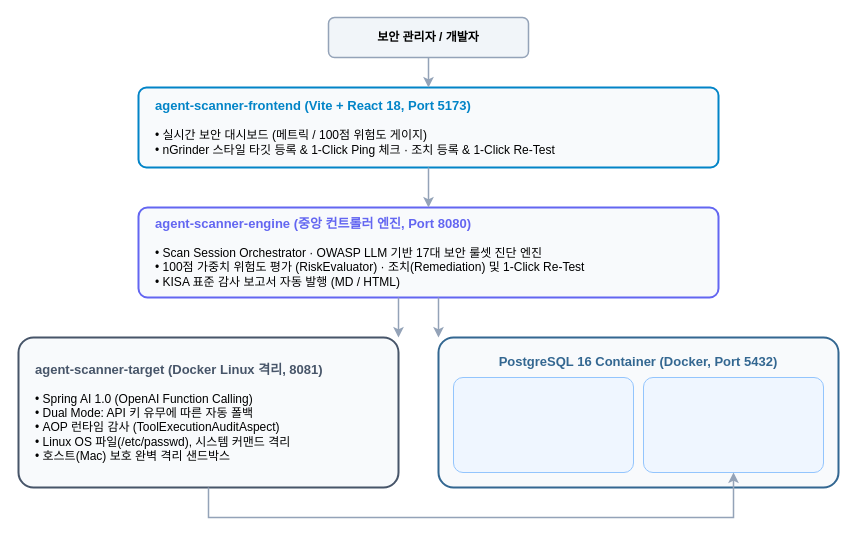
Before: docs/images/system-topology.drawio in yht0827/agent-scanner, a draw.io diagram. Source tidied: cells renumbered, new cells numbered last; positions are measured from the earlier drawing's top-left corner, leaving out a move shared by most shapes. Both pictures are drawn from the tidied source at 100%, with x=0, y=0 at pixel (18, 17).
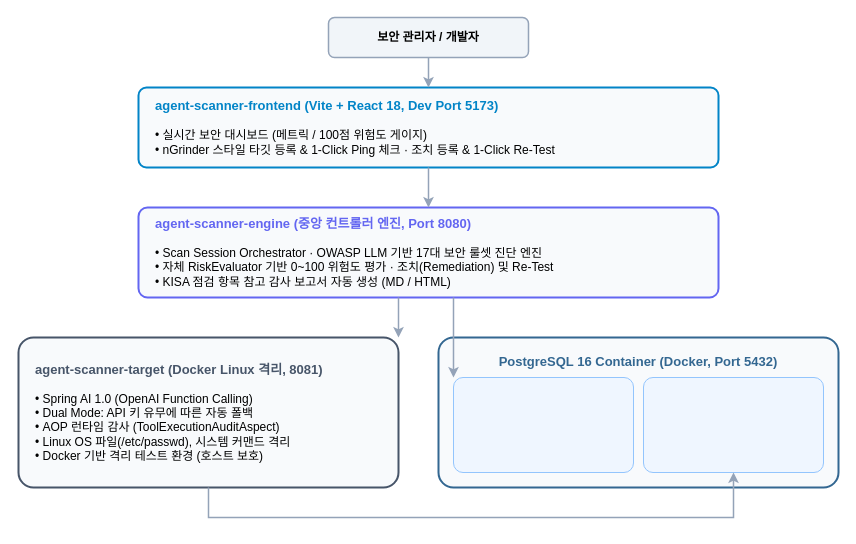
Above is the later version.

Commit message (it also covers changes not shown here):
docs: Section 3 아키텍처 방어적 문서화 반영(독립 서비스/자체 RiskEvaluator 0~100/Docker 격리 환경/SQL Injection 명확화)

Diff of the diagram source:
```diff
@@
 <mxGraphModel>
   <root>
     <mxCell id="0" />
     <mxCell id="1" parent="0" />
     <mxCell id="2" value="&lt;b&gt;보안 관리자 / 개발자&lt;/b&gt;" style="rounded=1;whiteSpace=wrap;html=1;fillColor=#F1F5F9;strokeColor=#94A3B8;strokeWidth=1.5;arcSize=15;" parent="1" vertex="1">
       <mxGeometry x="310" width="200" height="40" as="geometry" />
     </mxCell>
-    <mxCell id="3" value="&lt;b style=&quot;font-size:13px; color:#0284C7;&quot;&gt;agent-scanner-frontend (Vite + React 18, Port 5173)&lt;/b&gt;&lt;br&gt;&lt;br&gt;• 실시간 보안 대시보드 (메트릭 / 100점 위험도 게이지)&lt;br&gt;• nGrinder 스타일 타깃 등록 &amp; 1-Click Ping 체크 · 조치 등록 &amp; 1-Click Re-Test" style="rounded=1;whiteSpace=wrap;html=1;fillColor=#F8FAFC;strokeColor=#0284C7;strokeWidth=2;arcSize=10;align=left;spacingLeft=15;" parent="1" vertex="1">
+    <mxCell id="3" value="&lt;b style=&quot;font-size:13px; color:#0284C7;&quot;&gt;agent-scanner-frontend (Vite + React 18, Dev Port 5173)&lt;/b&gt;&lt;br&gt;&lt;br&gt;• 실시간 보안 대시보드 (메트릭 / 100점 위험도 게이지)&lt;br&gt;• nGrinder 스타일 타깃 등록 &amp; 1-Click Ping 체크 · 조치 등록 &amp; 1-Click Re-Test" style="rounded=1;whiteSpace=wrap;html=1;fillColor=#F8FAFC;strokeColor=#0284C7;strokeWidth=2;arcSize=10;align=left;spacingLeft=15;" parent="1" vertex="1">
       <mxGeometry x="120" y="70" width="580" height="80" as="geometry" />
     </mxCell>
     <mxCell id="4" style="edgeStyle=orthogonalEdgeStyle;rounded=0;jettySize=auto;html=1;strokeWidth=1.5;strokeColor=#94A3B8;" parent="1" edge="1" source="2" target="3">
       <mxGeometry relative="1" as="geometry" />
     </mxCell>
-    <mxCell id="5" value="&lt;b style=&quot;font-size:13px; color:#6366F1;&quot;&gt;agent-scanner-engine (중앙 컨트롤러 엔진, Port 8080)&lt;/b&gt;&lt;br&gt;&lt;br&gt;• Scan Session Orchestrator · OWASP LLM 기반 17대 보안 룰셋 진단 엔진&lt;br&gt;• 100점 가중치 위험도 평가 (RiskEvaluator) · 조치(Remediation) 및 1-Click Re-Test&lt;br&gt;• KISA 표준 감사 보고서 자동 발행 (MD / HTML)" style="rounded=1;whiteSpace=wrap;html=1;fillColor=#F8FAFC;strokeColor=#6366F1;strokeWidth=2;arcSize=10;align=left;spacingLeft=15;" parent="1" vertex="1">
+    <mxCell id="5" value="&lt;b style=&quot;font-size:13px; color:#6366F1;&quot;&gt;agent-scanner-engine (중앙 컨트롤러 엔진, Port 8080)&lt;/b&gt;&lt;br&gt;&lt;br&gt;• Scan Session Orchestrator · OWASP LLM 기반 17대 보안 룰셋 진단 엔진&lt;br&gt;• 자체 RiskEvaluator 기반 0~100 위험도 평가 · 조치(Remediation) 및 Re-Test&lt;br&gt;• KISA 점검 항목 참고 감사 보고서 자동 생성 (MD / HTML)" style="rounded=1;whiteSpace=wrap;html=1;fillColor=#F8FAFC;strokeColor=#6366F1;strokeWidth=2;arcSize=10;align=left;spacingLeft=15;" parent="1" vertex="1">
       <mxGeometry x="120" y="190" width="580" height="90" as="geometry" />
     </mxCell>
     <mxCell id="6" value="HTTP / REST API" style="edgeStyle=orthogonalEdgeStyle;rounded=0;jettySize=auto;html=1;strokeWidth=1.5;strokeColor=#94A3B8;fontColor=#64748B;fontSize=11px;" parent="1" edge="1" source="3" target="5">
       <mxGeometry relative="1" as="geometry" />
     </mxCell>
-    <mxCell id="7" value="&lt;b style=&quot;font-size:13px; color:#475569;&quot;&gt;agent-scanner-target (Docker Linux 격리, 8081)&lt;/b&gt;&lt;br&gt;&lt;br&gt;• Spring AI 1.0 (OpenAI Function Calling)&lt;br&gt;• Dual Mode: API 키 유무에 따른 자동 폴백&lt;br&gt;• AOP 런타임 감사 (ToolExecutionAuditAspect)&lt;br&gt;• Linux OS 파일(/etc/passwd), 시스템 커맨드 격리&lt;br&gt;• 호스트(Mac) 보호 완벽 격리 샌드박스" style="rounded=1;whiteSpace=wrap;html=1;fillColor=#F8FAFC;strokeColor=#475569;strokeWidth=2;arcSize=10;align=left;spacingLeft=15;" parent="1" vertex="1">
+    <mxCell id="7" value="&lt;b style=&quot;font-size:13px; color:#475569;&quot;&gt;agent-scanner-target (Docker Linux 격리, 8081)&lt;/b&gt;&lt;br&gt;&lt;br&gt;• Spring AI 1.0 (OpenAI Function Calling)&lt;br&gt;• Dual Mode: API 키 유무에 따른 자동 폴백&lt;br&gt;• AOP 런타임 감사 (ToolExecutionAuditAspect)&lt;br&gt;• Linux OS 파일(/etc/passwd), 시스템 커맨드 격리&lt;br&gt;• Docker 기반 격리 테스트 환경 (호스트 보호)" style="rounded=1;whiteSpace=wrap;html=1;fillColor=#F8FAFC;strokeColor=#475569;strokeWidth=2;arcSize=10;align=left;spacingLeft=15;" parent="1" vertex="1">
       <mxGeometry y="320" width="380" height="150" as="geometry" />
     </mxCell>
     <mxCell id="8" value="&lt;b style=&quot;font-size:13px; color:#336791;&quot;&gt;PostgreSQL 16 Container (Docker, Port 5432)&lt;/b&gt;" style="rounded=1;whiteSpace=wrap;html=1;fillColor=#F8FAFC;strokeColor=#336791;strokeWidth=2;arcSize=10;align=center;verticalAlign=top;spacingTop=10;" parent="1" vertex="1">
       <mxGeometry x="420" y="320" width="400" height="150" as="geometry" />
     </mxCell>
     <mxCell id="9" value="&lt;b style=&quot;color:#1E40AF;&quot;&gt;DB 1: scannerdb&lt;/b&gt;&lt;br&gt;&lt;br&gt;• 카탈로그/룰셋 시딩&lt;br&gt;• 스캔 세션 및 실행결과&lt;br&gt;• Finding &amp; 조치 이력&lt;br&gt;• 리포트 &amp; 타깃 관리" style="rounded=1;whiteSpace=wrap;html=1;fillColor=#EFF6FF;strokeColor=#93C5FD;arcSize=10;align=left;spacingLeft=10;fontSize=11px;" parent="1" vertex="1">
       <mxGeometry x="435" y="360" width="180" height="95" as="geometry" />
     </mxCell>
     <mxCell id="10" value="&lt;b style=&quot;color:#1E40AF;&quot;&gt;DB 2: targetdb&lt;/b&gt;&lt;br&gt;&lt;br&gt;• 엔터프라이즈 고객 DB&lt;br&gt;• RAG 지식베이스&lt;br&gt;  (대외비 회의록, 급여)&lt;br&gt;• 실전 모의 침투 대상" style="rounded=1;whiteSpace=wrap;html=1;fillColor=#EFF6FF;strokeColor=#93C5FD;arcSize=10;align=left;spacingLeft=10;fontSize=11px;" parent="1" vertex="1">
       <mxGeometry x="625" y="360" width="180" height="95" as="geometry" />
     </mxCell>
     <mxCell id="11" value="원격 점검 HTTP (8081)" style="edgeStyle=orthogonalEdgeStyle;rounded=0;jettySize=auto;html=1;strokeWidth=1.5;strokeColor=#94A3B8;fontColor=#64748B;fontSize=11px;" parent="1" edge="1" source="5" target="7">
       <mxGeometry relative="1" as="geometry">
         <Array as="points">
           <mxPoint x="260" y="280" />
           <mxPoint x="190" y="280" />
         </Array>
       </mxGeometry>
     </mxCell>
-    <mxCell id="12" value="JPA / JDBC (5432)" style="edgeStyle=orthogonalEdgeStyle;rounded=0;jettySize=auto;html=1;strokeWidth=1.5;strokeColor=#94A3B8;fontColor=#64748B;fontSize=11px;" parent="1" edge="1" source="5" target="8">
+    <mxCell id="12" value="JPA / JDBC (scannerdb)" style="edgeStyle=orthogonalEdgeStyle;rounded=0;jettySize=auto;html=1;strokeWidth=1.5;strokeColor=#94A3B8;fontColor=#64748B;fontSize=11px;" parent="1" edge="1" source="5" target="9">
       <mxGeometry relative="1" as="geometry">
         <Array as="points">
           <mxPoint x="560" y="280" />
-          <mxPoint x="620" y="280" />
+          <mxPoint x="525" y="280" />
         </Array>
       </mxGeometry>
     </mxCell>
-    <mxCell id="13" value="JDBC 실전 RDBMS &amp; RAG 지식베이스 쿼리" style="edgeStyle=orthogonalEdgeStyle;rounded=0;jettySize=auto;html=1;strokeWidth=1.5;strokeColor=#94A3B8;fontColor=#64748B;fontSize=11px;" parent="1" edge="1" source="7" target="10">
+    <mxCell id="13" value="JDBC 실전 RDBMS &amp; RAG 지식베이스 쿼리 (targetdb)" style="edgeStyle=orthogonalEdgeStyle;rounded=0;jettySize=auto;html=1;strokeWidth=1.5;strokeColor=#94A3B8;fontColor=#64748B;fontSize=11px;" parent="1" edge="1" source="7" target="10">
       <mxGeometry relative="1" as="geometry">
         <Array as="points">
           <mxPoint x="190" y="500" />
           <mxPoint x="715" y="500" />
         </Array>
       </mxGeometry>
     </mxCell>
   </root>
 </mxGraphModel>
```
